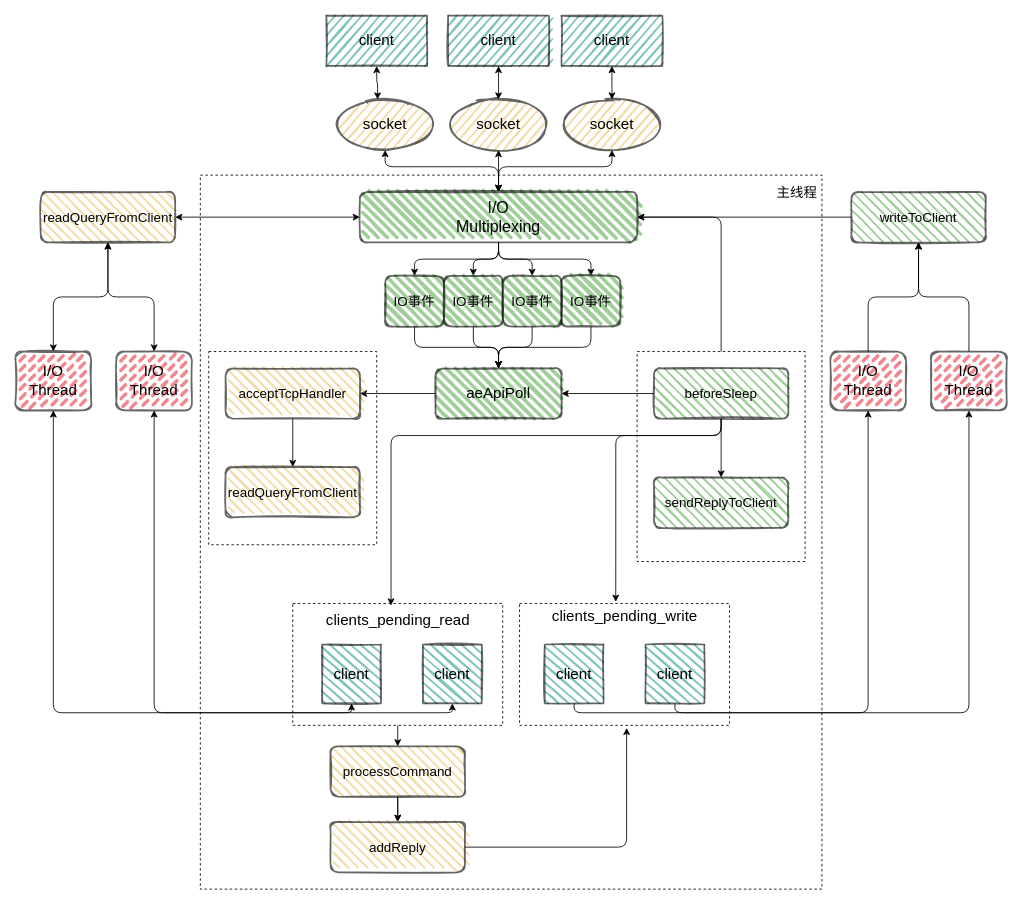
This is page "multi" (1 of 31) of redis/redis.drawio from boilingfrog/Go-POINT, a draw.io file, before an edit. Source tidied: cells renumbered, new cells numbered last; positions are measured from the earlier drawing's top-left corner, leaving out a move shared by most shapes. Both pictures are drawn from the tidied source at 84%, with x=0, y=0 at pixel (15, 15).
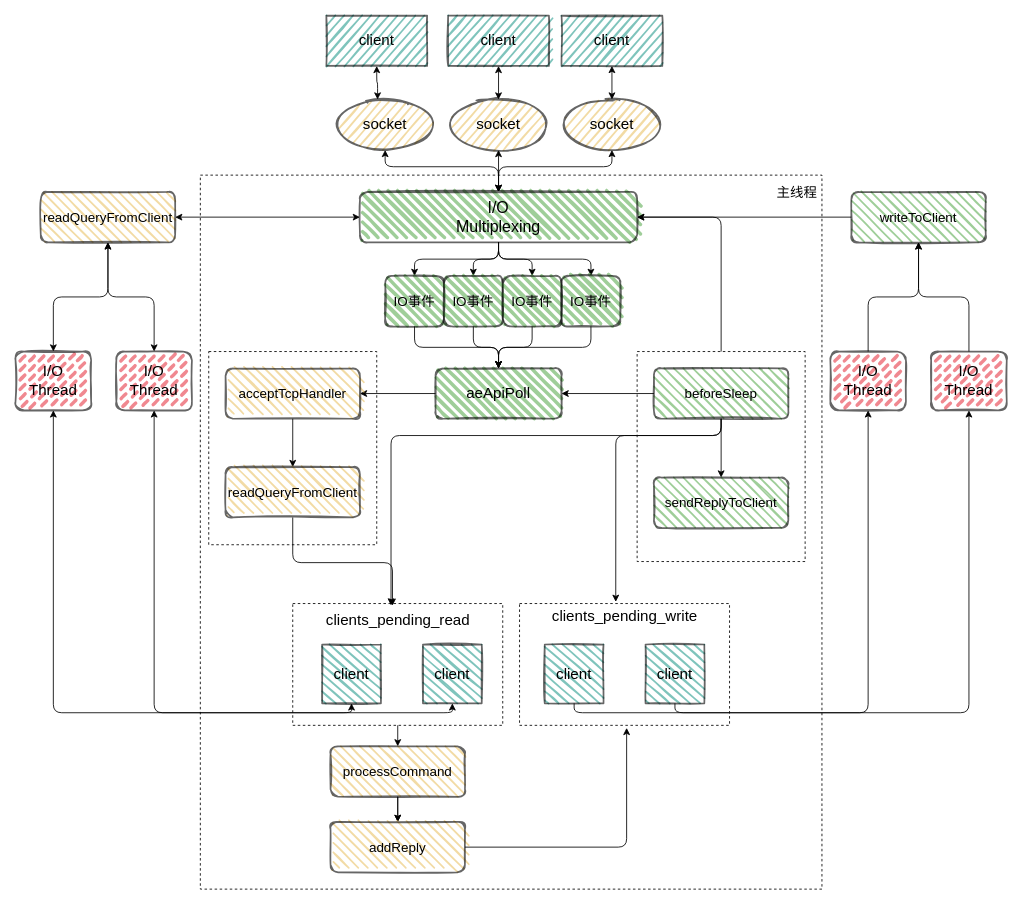
Above is the later version.

The change refers to these unchanged cells:
```xml
<mxCell id="30" value="readQueryFromClient" style="rounded=1;whiteSpace=wrap;html=1;strokeWidth=2;fillWeight=2;hachureGap=8;hachureAngle=45;fillColor=#E9C46A;sketch=1;fontSize=16;fillStyle=dots;opacity=60;" parent="1" vertex="1">
  <mxGeometry x="250" y="537.5" width="160" height="60" as="geometry" />
</mxCell>
<mxCell id="68" value="clients_pending_read" style="text;html=1;align=center;verticalAlign=middle;points=[];strokeColor=none;fillColor=none;fontSize=18;" parent="1" vertex="1">
  <mxGeometry x="360" y="705" width="190" height="30" as="geometry" />
</mxCell>
```

The edit, as a diff of the source:
```diff
@@
+    <mxCell id="73" style="edgeStyle=orthogonalEdgeStyle;html=1;entryX=0.467;entryY=-0.081;entryDx=0;entryDy=0;entryPerimeter=0;" parent="1" edge="1" source="30" target="68">
+      <mxGeometry relative="1" as="geometry" />
+    </mxCell>
```
